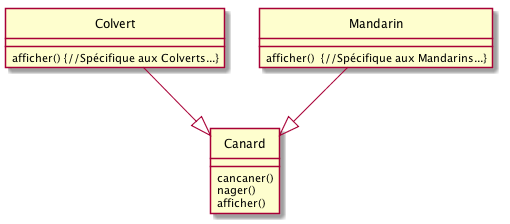
The PlantUML diagram images/superCanard.png in IUT-Blagnac/cpoa, before a commit. Its diagram source:
```plantuml
@startuml


hide circle
hide empty members
hide empty methods


class Canard {
cancaner()
nager()
afficher()
}

class Colvert {
afficher() {//Spécifique aux Colverts...}
}

class Mandarin {
afficher()  {//Spécifique aux Mandarins...}
}

Colvert --|> Canard
Mandarin --|> Canard


@enduml
```
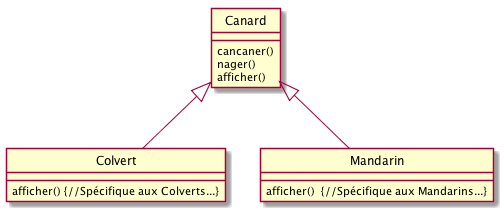
Above is the later version.

Diff of the diagram source:
```diff
@@ -20,8 +20,7 @@
 afficher()  {//Spécifique aux Mandarins...}
 }
 
-Colvert --|> Canard
-Mandarin --|> Canard
-
+Canard <|-- Colvert
+Canard <|-- Mandarin
 
 @enduml
```
